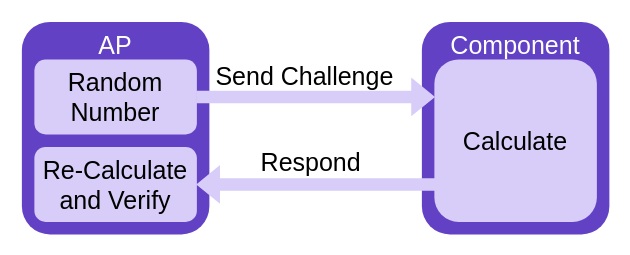
Before: poster/challengeresponse.drawio in CactiLab/2024-ectf-ub-cacti-design, a draw.io diagram. Source tidied: cells renumbered, new cells numbered last; positions are measured from the earlier drawing's top-left corner, leaving out a move shared by most shapes. Both pictures are drawn from the tidied source at 125%, with x=0, y=0 at pixel (21, 21).
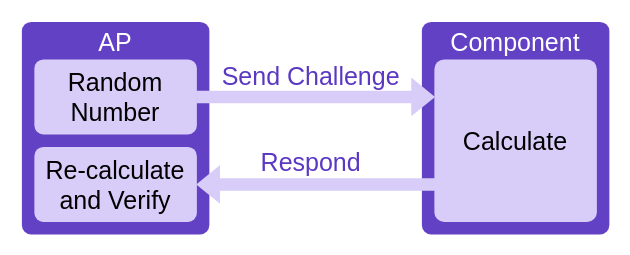
The same diagram, later.

What changed in the source:
```diff
@@
 <mxGraphModel>
   <root>
     <mxCell id="0" />
     <mxCell id="1" parent="0" />
-    <mxCell id="2" value="AP" style="rounded=1;whiteSpace=wrap;html=1;fontFamily=Arial;fontSize=20;fillColor=#6241c5;strokeColor=none;fontColor=#FFFFFF;verticalAlign=top;" parent="1" vertex="1">
+    <mxCell id="2" value="AP" style="rounded=1;whiteSpace=wrap;html=1;fontFamily=Arial;fontSize=20;fillColor=#6241c5;strokeColor=none;fontColor=#FFFFFF;verticalAlign=top;arcSize=5;spacing=0;" parent="1" vertex="1">
       <mxGeometry width="150" height="170" as="geometry" />
     </mxCell>
-    <mxCell id="3" value="Component" style="rounded=1;whiteSpace=wrap;html=1;fontFamily=Arial;fontSize=20;fillColor=#6241c5;strokeColor=none;fontColor=#FFFFFF;verticalAlign=top;" parent="1" vertex="1">
+    <mxCell id="3" value="Component" style="rounded=1;whiteSpace=wrap;html=1;fontFamily=Arial;fontSize=20;fillColor=#6241c5;strokeColor=none;fontColor=#FFFFFF;verticalAlign=top;arcSize=5;spacing=0;" parent="1" vertex="1">
       <mxGeometry x="320" width="150" height="170" as="geometry" />
     </mxCell>
-    <mxCell id="4" value="Random Number" style="rounded=1;whiteSpace=wrap;html=1;fontFamily=Arial;fontSize=20;fillColor=#d7cdf8;strokeColor=none;fontColor=#000000;verticalAlign=middle;" parent="1" vertex="1">
+    <mxCell id="4" value="Random Number" style="rounded=1;whiteSpace=wrap;html=1;fontFamily=Arial;fontSize=20;fillColor=#d7cdf8;strokeColor=none;fontColor=#000000;verticalAlign=middle;arcSize=12;" parent="1" vertex="1">
       <mxGeometry x="10" y="30" width="130" height="60" as="geometry" />
     </mxCell>
     <mxCell id="5" style="shape=flexArrow;endArrow=classic;html=1;rounded=0;strokeColor=none;fillColor=#d7cdf8;exitX=1;exitY=0.5;exitDx=0;exitDy=0;" parent="1" edge="1">
       <mxGeometry relative="1" as="geometry">
         <mxPoint x="139" y="60" as="sourcePoint" />
         <mxPoint x="331" y="60" as="targetPoint" />
       </mxGeometry>
     </mxCell>
-    <mxCell id="6" value="Send Challenge" style="text;html=1;align=center;verticalAlign=middle;whiteSpace=wrap;rounded=0;fontFamily=Arial;fontSize=20;" parent="1" vertex="1">
-      <mxGeometry x="149" y="28" width="155" height="30" as="geometry" />
+    <mxCell id="6" value="Send Challenge" style="text;html=1;align=center;verticalAlign=middle;whiteSpace=wrap;rounded=0;fontFamily=Arial;fontSize=20;fontColor=#5b38c2;" parent="1" vertex="1">
+      <mxGeometry x="154" y="28" width="155" height="30" as="geometry" />
     </mxCell>
-    <mxCell id="7" value="Calculate" style="rounded=1;whiteSpace=wrap;html=1;fontFamily=Arial;fontSize=20;fillColor=#d7cdf8;strokeColor=none;fontColor=#000000;verticalAlign=middle;" parent="1" vertex="1">
+    <mxCell id="7" value="Calculate" style="rounded=1;whiteSpace=wrap;html=1;fontFamily=Arial;fontSize=20;fillColor=#d7cdf8;strokeColor=none;fontColor=#000000;verticalAlign=middle;arcSize=6;" parent="1" vertex="1">
       <mxGeometry x="330" y="30" width="130" height="130" as="geometry" />
     </mxCell>
-    <mxCell id="8" value="Re-Calculate and Verify" style="rounded=1;whiteSpace=wrap;html=1;fontFamily=Arial;fontSize=20;fillColor=#d7cdf8;strokeColor=none;fontColor=#000000;verticalAlign=middle;" parent="1" vertex="1">
+    <mxCell id="8" value="Re-calculate and Verify" style="rounded=1;whiteSpace=wrap;html=1;fontFamily=Arial;fontSize=20;fillColor=#d7cdf8;strokeColor=none;fontColor=#000000;verticalAlign=middle;arcSize=12;" parent="1" vertex="1">
       <mxGeometry x="10" y="100" width="130" height="60" as="geometry" />
     </mxCell>
     <mxCell id="9" style="shape=flexArrow;endArrow=classic;html=1;rounded=0;strokeColor=none;fillColor=#d7cdf8;" parent="1" edge="1">
       <mxGeometry relative="1" as="geometry">
         <mxPoint x="341" y="130" as="sourcePoint" />
         <mxPoint x="139" y="130" as="targetPoint" />
       </mxGeometry>
     </mxCell>
-    <mxCell id="10" value="Respond" style="text;html=1;align=center;verticalAlign=middle;whiteSpace=wrap;rounded=0;fontFamily=Arial;fontSize=20;" parent="1" vertex="1">
+    <mxCell id="10" value="Respond" style="text;html=1;align=center;verticalAlign=middle;whiteSpace=wrap;rounded=0;fontFamily=Arial;fontSize=20;fontColor=#5b38c2;" parent="1" vertex="1">
       <mxGeometry x="154" y="97" width="155" height="30" as="geometry" />
     </mxCell>
   </root>
 </mxGraphModel>
```
